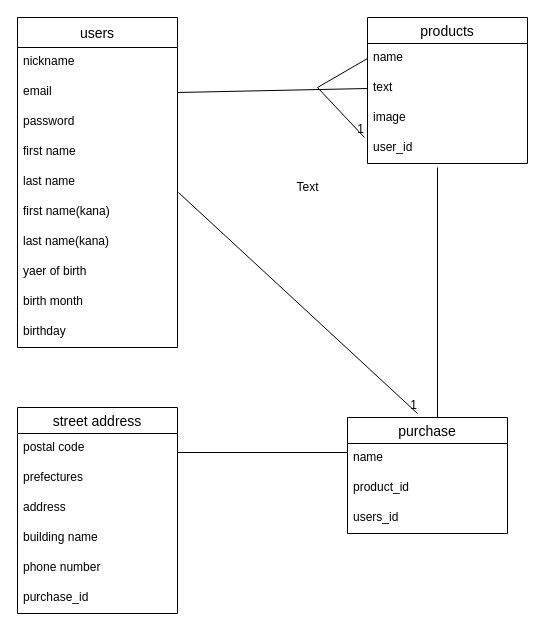
Earlier version of the draw.io diagram app/views/test.dio (hayasan19/furima-28197). Source tidied: cells renumbered, new cells numbered last; positions are measured from the earlier drawing's top-left corner, leaving out a move shared by most shapes. Both pictures are drawn from the tidied source at 100%, with x=0, y=0 at pixel (17, 17).
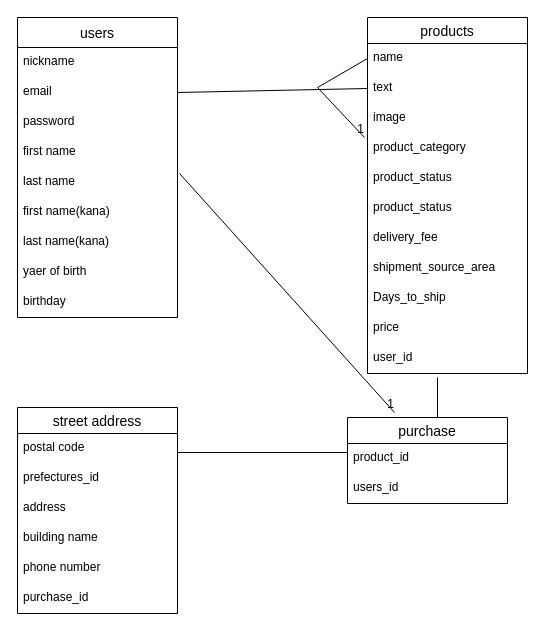
Above is the later version.

Unchanged cells that the change refers to:
```xml
<mxCell id="7" value="last name" style="text;strokeColor=none;fillColor=none;spacingLeft=4;spacingRight=4;overflow=hidden;points=[[0,0.5],[1,0.5]];portConstraint=eastwest;fontSize=12;" parent="2" vertex="1">
  <mxGeometry y="150" width="160" height="30" as="geometry" />
</mxCell>
<mxCell id="8" value="first name(kana)" style="text;strokeColor=none;fillColor=none;spacingLeft=4;spacingRight=4;overflow=hidden;points=[[0,0.5],[1,0.5]];portConstraint=eastwest;fontSize=12;" parent="2" vertex="1">
  <mxGeometry y="180" width="160" height="30" as="geometry" />
</mxCell>
<mxCell id="28" value="street address" style="swimlane;fontStyle=0;horizontal=1;startSize=26;align=center;fontSize=14;" parent="1" vertex="1">
  <mxGeometry y="390" width="160" height="206" as="geometry" />
</mxCell>
```

What changed in the source:
```diff
@@
     <mxCell id="2" value="users" style="swimlane;fontStyle=0;horizontal=1;startSize=30;align=center;fontSize=14;" parent="1" vertex="1">
-      <mxGeometry width="160" height="330" as="geometry" />
+      <mxGeometry width="160" height="300" as="geometry" />
     </mxCell>
@@
-    <mxCell id="11" value="birth month" style="text;strokeColor=none;fillColor=none;spacingLeft=4;spacingRight=4;overflow=hidden;fontSize=12;" parent="2" vertex="1">
+    <mxCell id="11" value="birthday" style="text;strokeColor=none;fillColor=none;spacingLeft=4;spacingRight=4;overflow=hidden;fontSize=12;" parent="2" vertex="1">
       <mxGeometry y="270" width="160" height="30" as="geometry" />
     </mxCell>
-    <mxCell id="12" value="birthday" style="text;strokeColor=none;fillColor=none;spacingLeft=4;spacingRight=4;overflow=hidden;fontSize=12;" parent="2" vertex="1">
-      <mxGeometry y="300" width="160" height="30" as="geometry" />
-    </mxCell>
     <mxCell id="13" value="products" style="swimlane;fontStyle=0;horizontal=1;startSize=26;align=center;fontSize=14;" parent="1" vertex="1">
-      <mxGeometry x="350" width="160" height="146" as="geometry" />
+      <mxGeometry x="350" width="160" height="356" as="geometry" />
     </mxCell>
@@
+    <mxCell id="38" value="product_category " style="text;strokeColor=none;fillColor=none;spacingLeft=4;spacingRight=4;overflow=hidden;fontSize=12;" parent="13" vertex="1">
+      <mxGeometry y="116" width="160" height="30" as="geometry" />
+    </mxCell>
+    <mxCell id="39" value="product_status " style="text;strokeColor=none;fillColor=none;spacingLeft=4;spacingRight=4;overflow=hidden;fontSize=12;" parent="13" vertex="1">
+      <mxGeometry y="146" width="160" height="30" as="geometry" />
+    </mxCell>
+    <mxCell id="40" value="product_status " style="text;strokeColor=none;fillColor=none;spacingLeft=4;spacingRight=4;overflow=hidden;fontSize=12;" parent="13" vertex="1">
+      <mxGeometry y="176" width="160" height="30" as="geometry" />
+    </mxCell>
+    <mxCell id="41" value="delivery_fee  " style="text;strokeColor=none;fillColor=none;spacingLeft=4;spacingRight=4;overflow=hidden;fontSize=12;" parent="13" vertex="1">
+      <mxGeometry y="206" width="160" height="30" as="geometry" />
+    </mxCell>
+    <mxCell id="42" value="shipment_source_area " style="text;strokeColor=none;fillColor=none;spacingLeft=4;spacingRight=4;overflow=hidden;fontSize=12;" parent="13" vertex="1">
+      <mxGeometry y="236" width="160" height="30" as="geometry" />
+    </mxCell>
+    <mxCell id="43" value="Days_to_ship " style="text;strokeColor=none;fillColor=none;spacingLeft=4;spacingRight=4;overflow=hidden;fontSize=12;" parent="13" vertex="1">
+      <mxGeometry y="266" width="160" height="30" as="geometry" />
+    </mxCell>
+    <mxCell id="44" value="price " style="text;strokeColor=none;fillColor=none;spacingLeft=4;spacingRight=4;overflow=hidden;fontSize=12;" parent="13" vertex="1">
+      <mxGeometry y="296" width="160" height="30" as="geometry" />
+    </mxCell>
     <mxCell id="17" value="user_id" style="text;strokeColor=none;fillColor=none;spacingLeft=4;spacingRight=4;overflow=hidden;fontSize=12;" parent="13" vertex="1">
-      <mxGeometry y="116" width="160" height="30" as="geometry" />
+      <mxGeometry y="326" width="160" height="30" as="geometry" />
     </mxCell>
@@
     <mxCell id="19" style="endArrow=none;html=1;rounded=0;" parent="1" edge="1">
       <mxGeometry relative="1" as="geometry">
-        <mxPoint x="420" y="150" as="sourcePoint" />
+        <mxPoint x="420" y="360" as="sourcePoint" />
         <mxPoint x="420" y="400" as="targetPoint" />
       </mxGeometry>
     </mxCell>
@@
     <mxCell id="24" value="purchase" style="swimlane;fontStyle=0;horizontal=1;startSize=26;align=center;fontSize=14;" parent="1" vertex="1">
-      <mxGeometry x="330" y="400" width="160" height="116" as="geometry" />
+      <mxGeometry x="330" y="400" width="160" height="86" as="geometry" />
     </mxCell>
-    <mxCell id="25" value="name" style="text;strokeColor=none;fillColor=none;spacingLeft=4;spacingRight=4;overflow=hidden;fontSize=12;" parent="24" vertex="1">
-      <mxGeometry y="26" width="160" height="30" as="geometry" />
-    </mxCell>
     <mxCell id="26" value="product_id" style="text;strokeColor=none;fillColor=none;spacingLeft=4;spacingRight=4;overflow=hidden;fontSize=12;" parent="24" vertex="1">
-      <mxGeometry y="56" width="160" height="30" as="geometry" />
+      <mxGeometry y="26" width="160" height="30" as="geometry" />
     </mxCell>
     <mxCell id="27" value="users_id" style="text;strokeColor=none;fillColor=none;spacingLeft=4;spacingRight=4;overflow=hidden;fontSize=12;" parent="24" vertex="1">
-      <mxGeometry y="86" width="160" height="30" as="geometry" />
+      <mxGeometry y="56" width="160" height="30" as="geometry" />
     </mxCell>
@@
-    <mxCell id="30" value="prefectures" style="text;strokeColor=none;fillColor=none;spacingLeft=4;spacingRight=4;overflow=hidden;fontSize=12;" parent="28" vertex="1">
+    <mxCell id="30" value="prefectures_id" style="text;strokeColor=none;fillColor=none;spacingLeft=4;spacingRight=4;overflow=hidden;fontSize=12;" parent="28" vertex="1">
       <mxGeometry y="56" width="160" height="30" as="geometry" />
     </mxCell>
@@
-    <mxCell id="35" value="Text" style="text;html=1;align=center;verticalAlign=middle;" parent="1" vertex="1">
-      <mxGeometry x="270" y="160" width="40" height="20" as="geometry" />
-    </mxCell>
-    <mxCell id="36" style="endArrow=none;html=1;rounded=0;entryX=0.438;entryY=-0.034;entryDx=0;entryDy=0;entryPerimeter=0;exitX=1.006;exitY=-0.167;exitDx=0;exitDy=0;exitPerimeter=0;" parent="1" edge="1" source="8" target="24">
-      <mxGeometry relative="1" as="geometry" />
-    </mxCell>
+    <mxCell id="45" style="endArrow=none;html=1;rounded=0;entryX=0.294;entryY=-0.058;entryDx=0;entryDy=0;entryPerimeter=0;exitX=1.013;exitY=0.2;exitDx=0;exitDy=0;exitPerimeter=0;" parent="1" edge="1" source="7" target="24">
+      <mxGeometry relative="1" as="geometry" />
+    </mxCell>
-    <mxCell id="37" value="1" style="html=1;align=right;verticalAlign=bottom;" parent="36" vertex="1">
+    <mxCell id="37" value="1" style="html=1;align=right;verticalAlign=bottom;" parent="45" vertex="1">
       <mxGeometry x="1" relative="1" as="geometry" />
     </mxCell>
```
